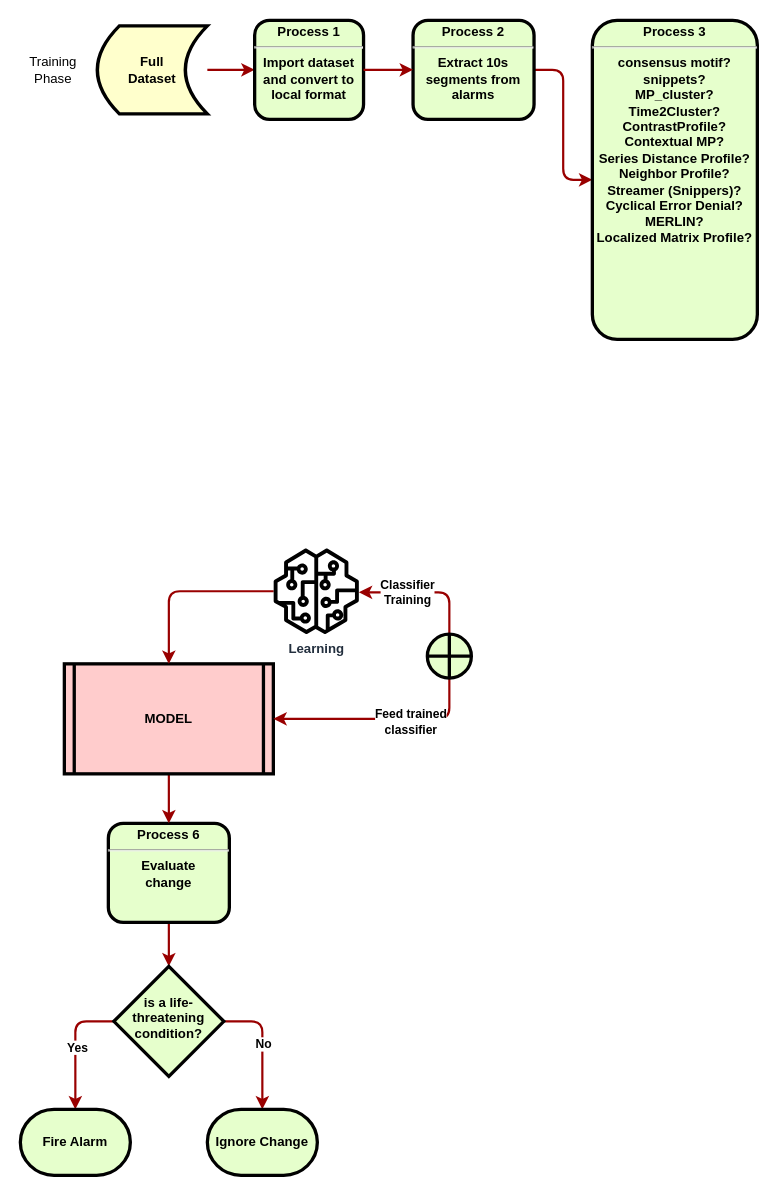
Before: page "Segment Classification" (3 of 5) of flowcharts/false.alarm-workflow.drawio in franzbischoff/false.alarm, a draw.io diagram. Source tidied: cells renumbered, new cells numbered last; positions are measured from the earlier drawing's top-left corner, leaving out a move shared by most shapes. Both pictures are drawn from the tidied source at 110%, with x=0, y=0 at pixel (20, 20).
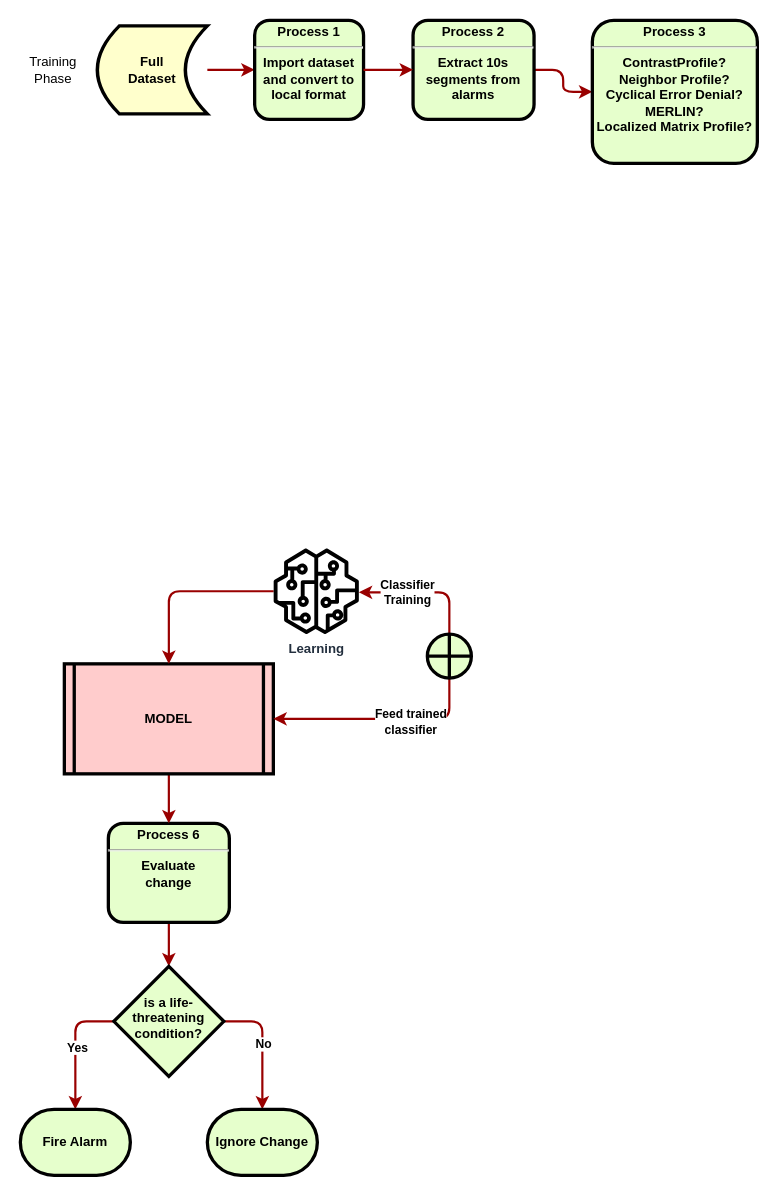
After the change.

What changed in the source:
```diff
@@
-    <mxCell id="27" value="&lt;p style=&quot;margin: 4px 0px 0px&quot;&gt;Process 3&lt;/p&gt;&lt;hr&gt;consensus motif?&lt;br&gt;snippets?&lt;br&gt;MP_cluster?&lt;br&gt;Time2Cluster?&lt;br&gt;ContrastProfile?&lt;br&gt;Contextual MP?&lt;br&gt;Series Distance Profile?&lt;br&gt;Neighbor Profile?&lt;br&gt;Streamer (Snippers)?&lt;br&gt;Cyclical Error Denial?&lt;br&gt;MERLIN?&lt;br&gt;Localized Matrix Profile?&lt;br&gt;&lt;p&gt;&lt;/p&gt;" style="verticalAlign=middle;align=center;overflow=fill;fontSize=12;fontFamily=Helvetica;html=1;rounded=1;fontStyle=1;strokeWidth=3;fillColor=#E6FFCC;spacing=2;spacingTop=0;spacingLeft=0;spacingRight=0;whiteSpace=wrap;" parent="1" vertex="1">
-      <mxGeometry x="520" width="150" height="290" as="geometry" />
+    <mxCell id="27" value="&lt;p style=&quot;margin: 4px 0px 0px&quot;&gt;Process 3&lt;/p&gt;&lt;hr&gt;ContrastProfile?&lt;br&gt;Neighbor Profile?&lt;br&gt;Cyclical Error Denial?&lt;br&gt;MERLIN?&lt;br&gt;Localized Matrix Profile?&lt;br&gt;&lt;p&gt;&lt;/p&gt;" style="verticalAlign=middle;align=center;overflow=fill;fontSize=12;fontFamily=Helvetica;html=1;rounded=1;fontStyle=1;strokeWidth=3;fillColor=#E6FFCC;spacing=2;spacingTop=0;spacingLeft=0;spacingRight=0;whiteSpace=wrap;" parent="1" vertex="1">
+      <mxGeometry x="520" width="150" height="130" as="geometry" />
     </mxCell>
```
